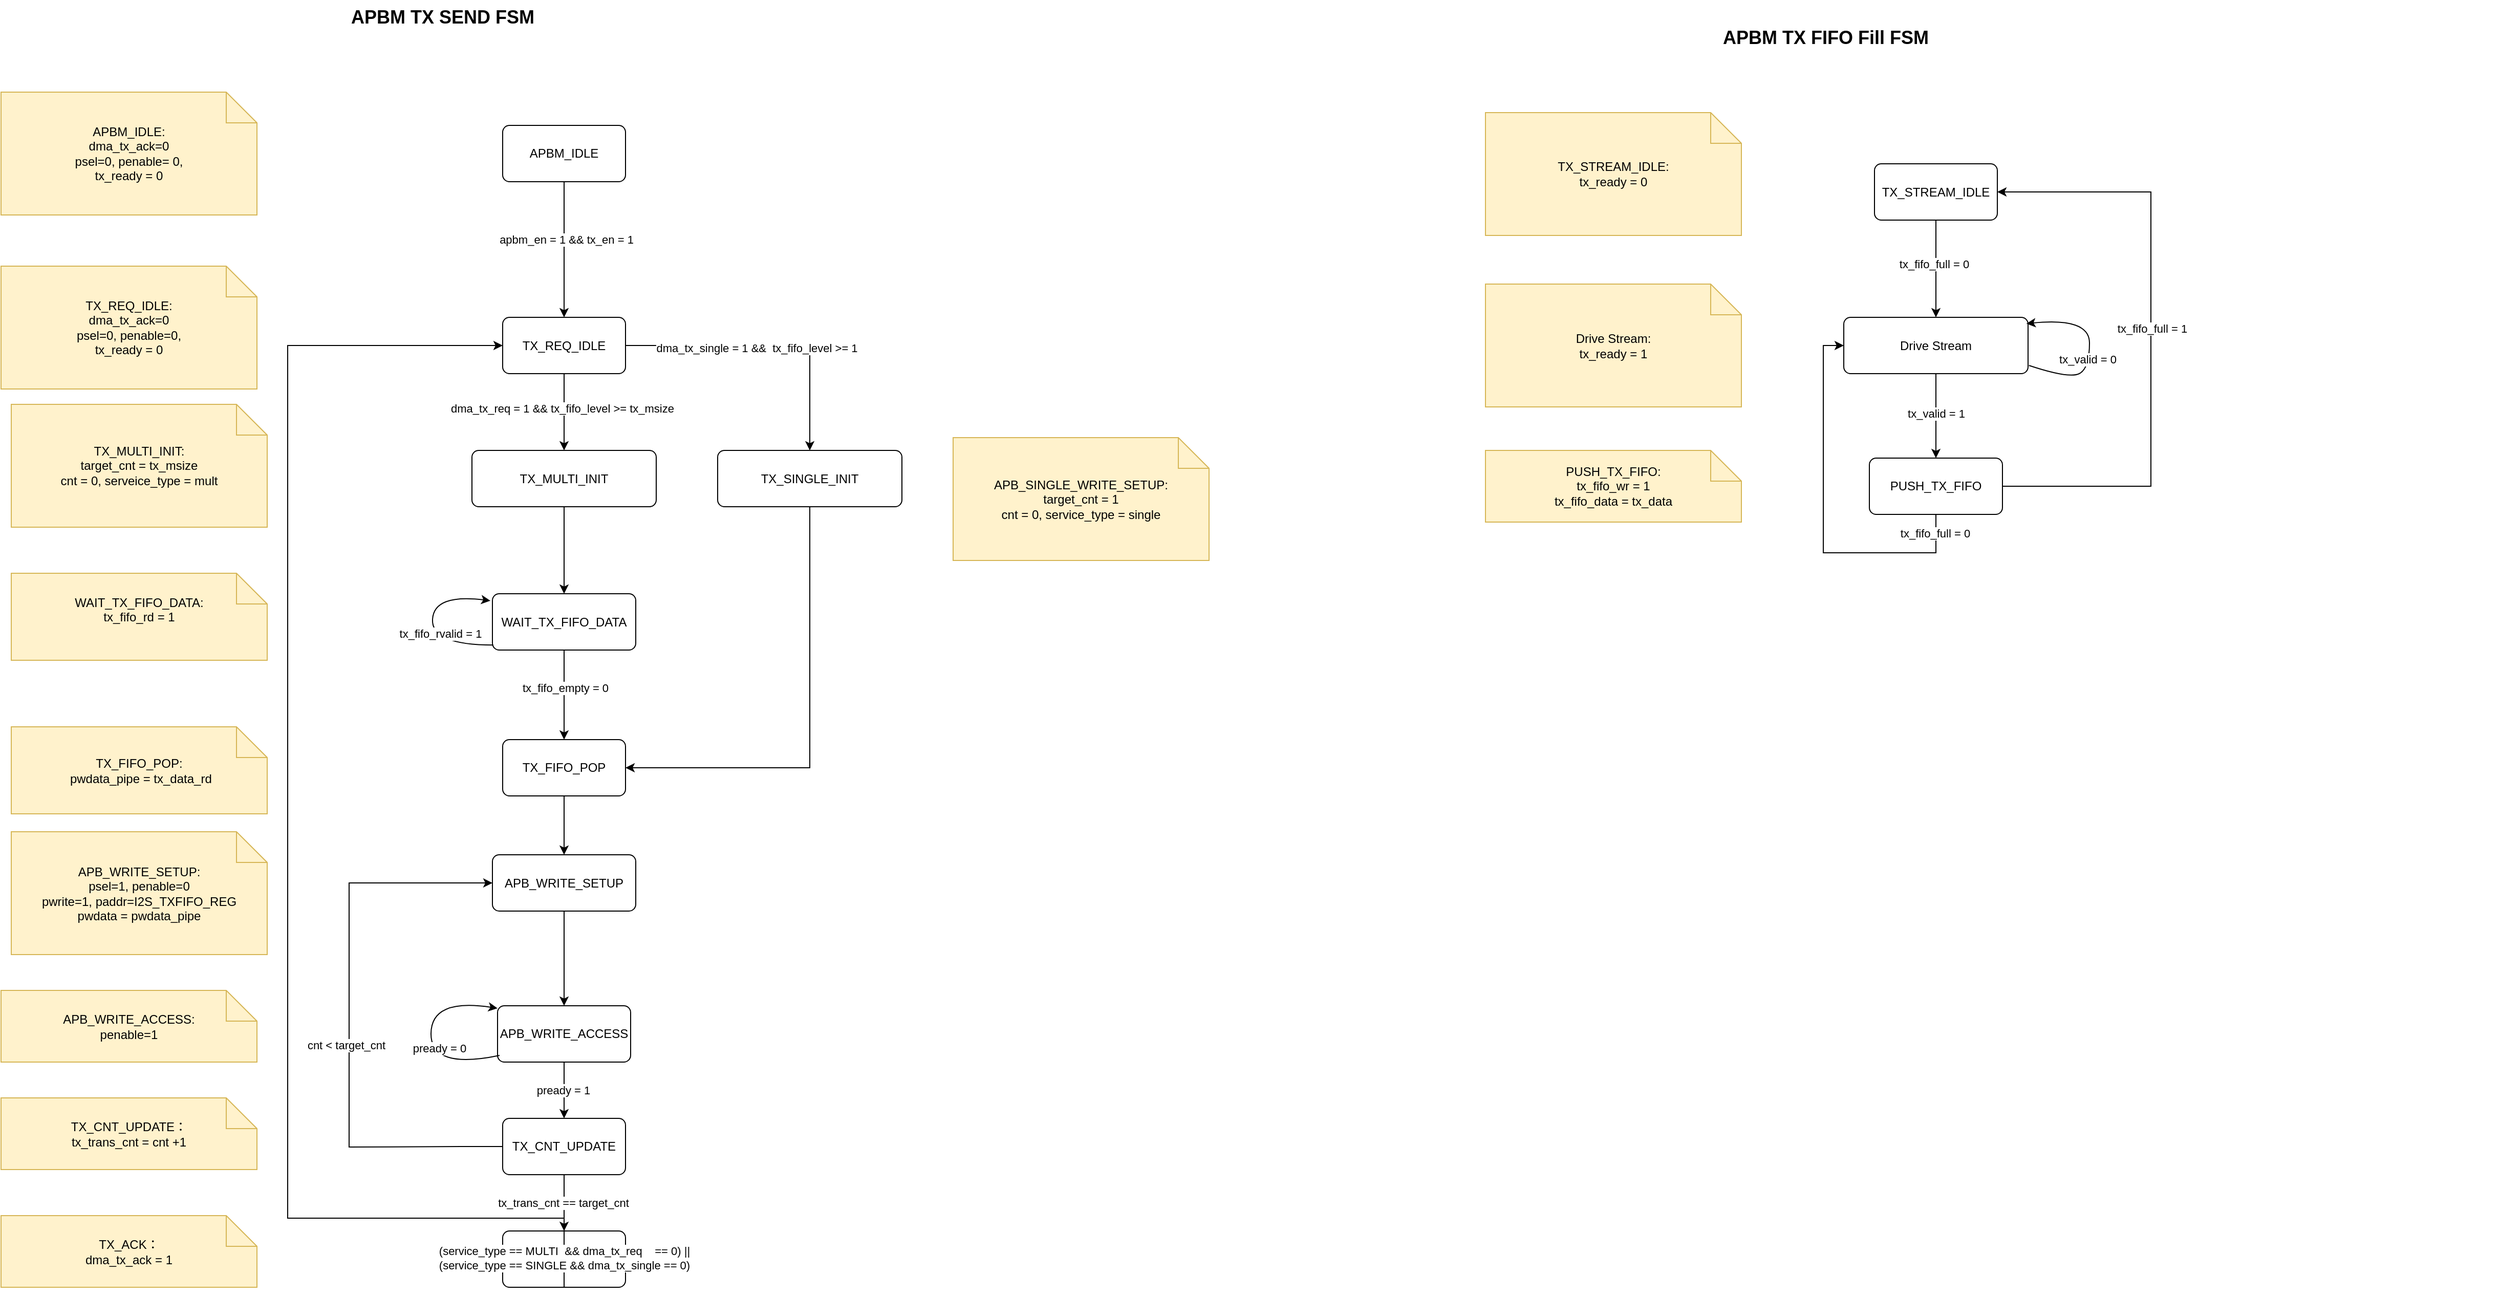
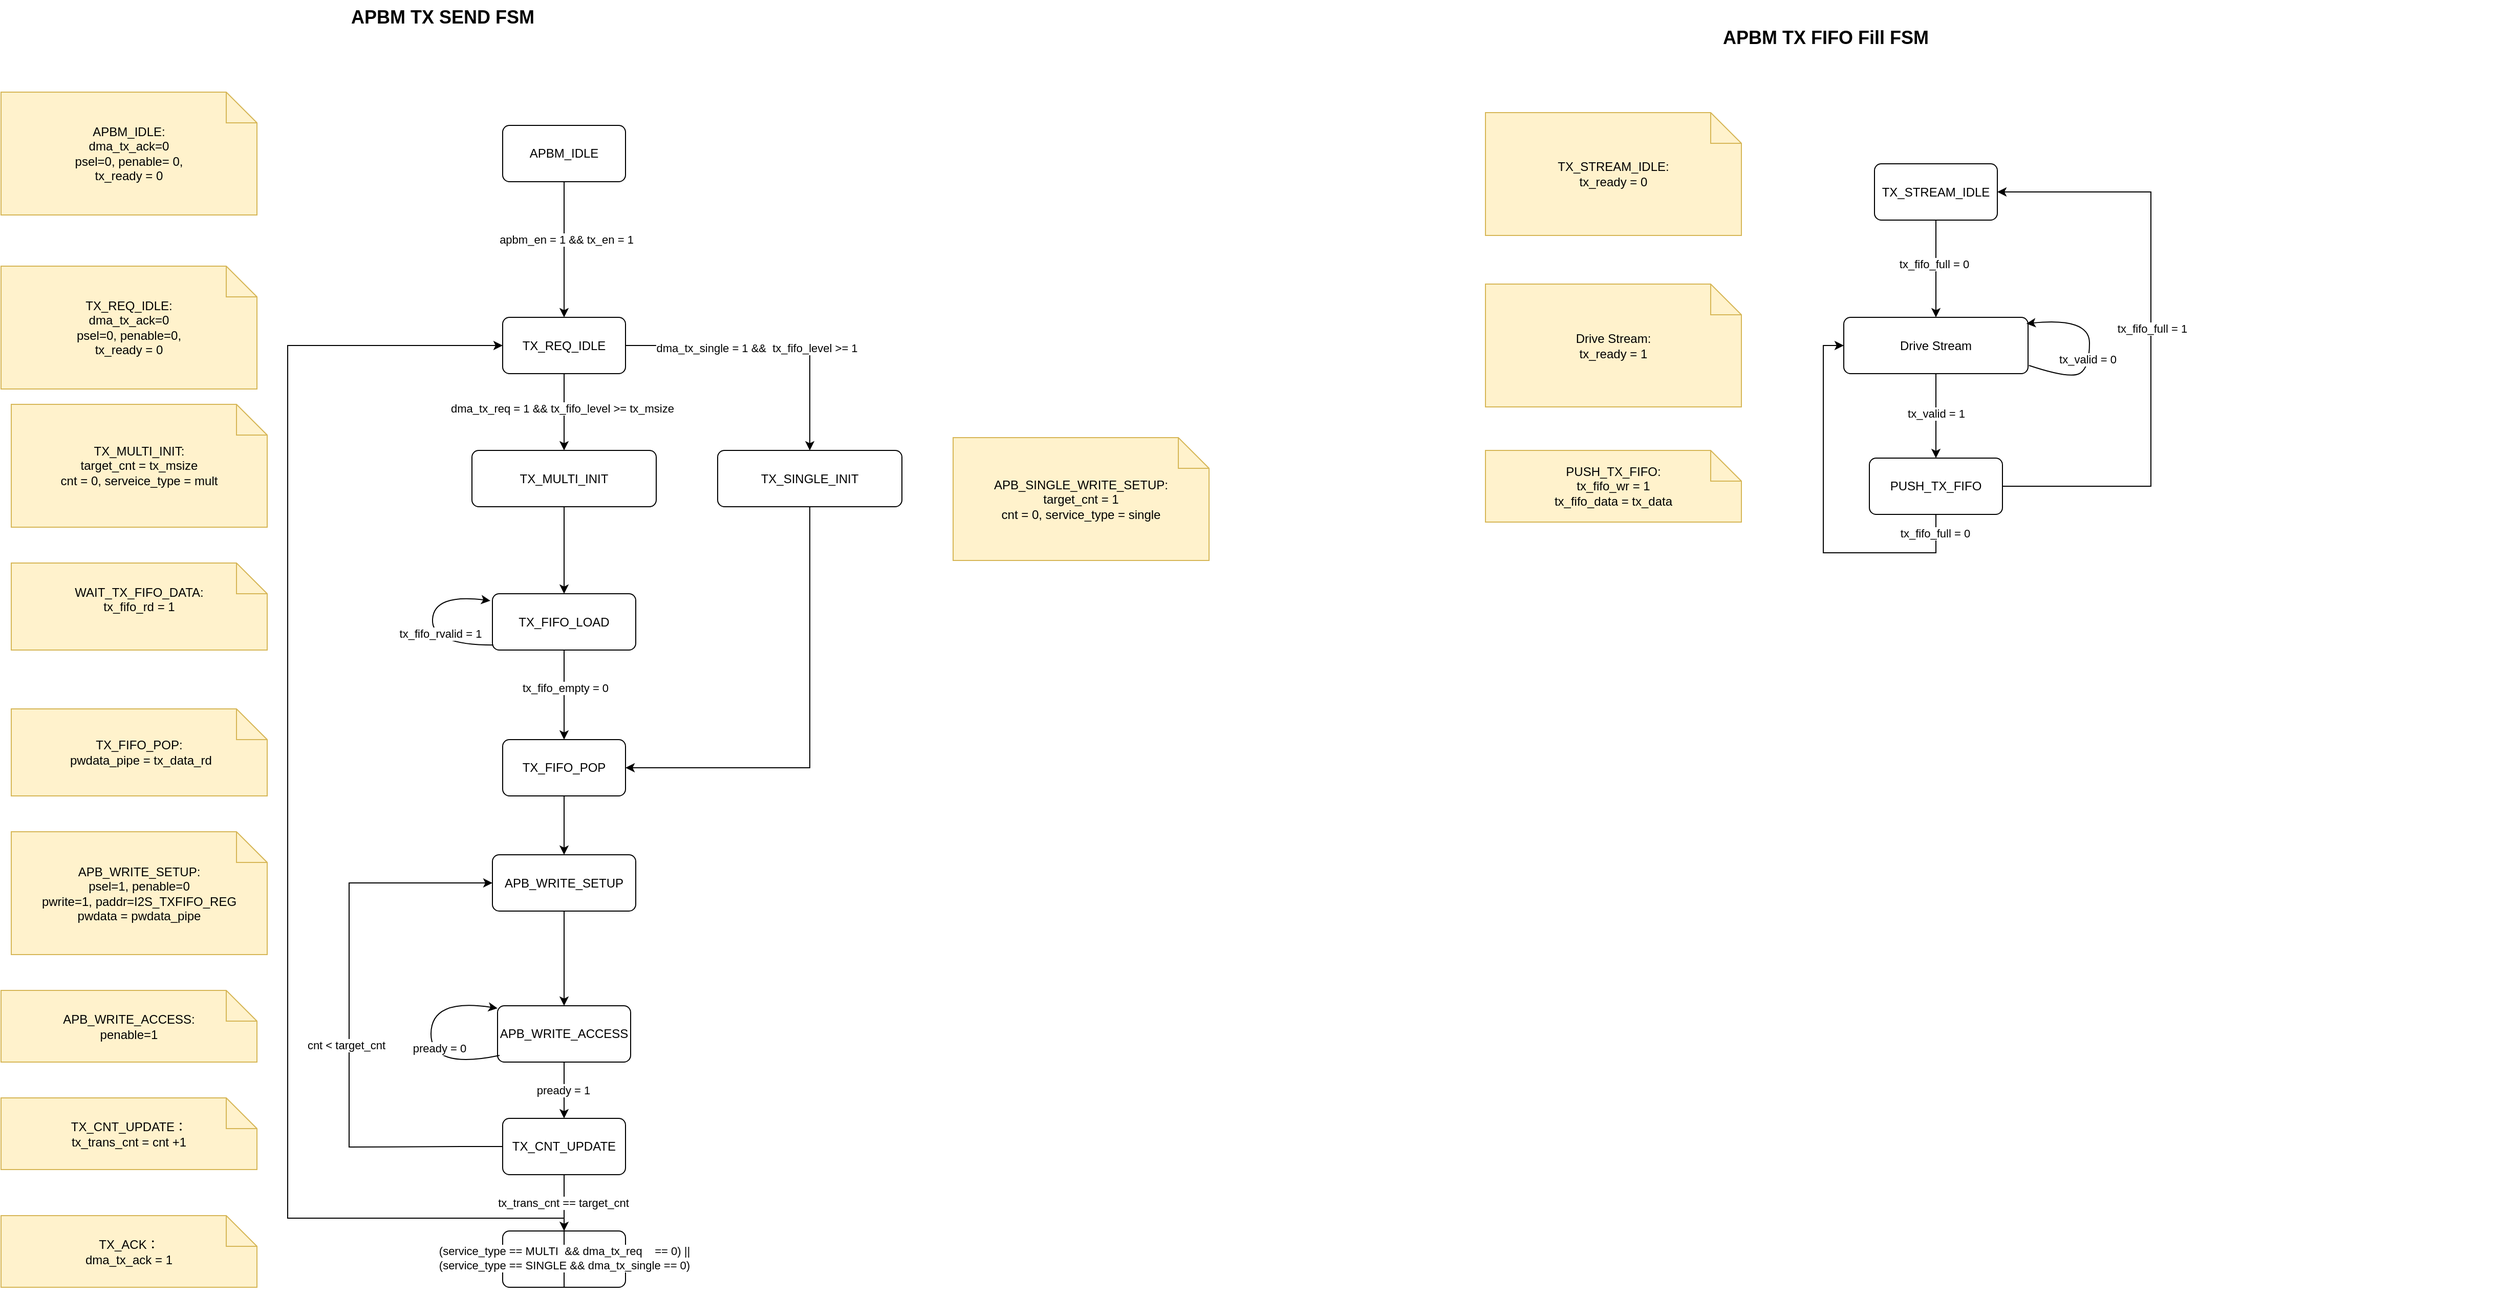
<mxfile host="app.diagrams.net">
  <diagram name="第 1 页" id="fH5n9Me7nUtPE_JYtTzi">
    <mxGraphModel dx="774" dy="437" grid="1" gridSize="10" guides="1" tooltips="1" connect="1" arrows="1" fold="1" page="1" pageScale="1" pageWidth="827" pageHeight="1169" math="0" shadow="0">
      <root>
        <mxCell id="0" />
        <mxCell id="1" parent="0" />
        <mxCell id="Ly1VW1kiYANL2SHkxWqd-1" parent="1" style="text;html=1;strokeColor=none;fillColor=none;fontSize=18;fontStyle=1;" value="APBM TX SEND FSM&amp;nbsp;&amp;nbsp;" vertex="1">
          <mxGeometry height="40" width="760" x="810" y="130" as="geometry" />
        </mxCell>
        <mxCell id="Ly1VW1kiYANL2SHkxWqd-2" parent="1" style="rounded=1;whiteSpace=wrap;html=1;arcSize=12;fillColor=#ffffff;strokeColor=#000000;" value="TX_REQ_IDLE" vertex="1">
          <mxGeometry height="55" width="120" x="960" y="440" as="geometry" />
        </mxCell>
        <mxCell id="Ly1VW1kiYANL2SHkxWqd-3" parent="1" style="rounded=1;whiteSpace=wrap;html=1;arcSize=12;fillColor=#ffffff;strokeColor=#000000;" value="APB_WRITE_SETUP" vertex="1">
          <mxGeometry height="55" width="140" x="950" y="965" as="geometry" />
        </mxCell>
        <mxCell id="Ly1VW1kiYANL2SHkxWqd-4" edge="1" parent="1" source="Ly1VW1kiYANL2SHkxWqd-2" style="endArrow=classic;html=1;rounded=0;exitX=0.5;exitY=1;exitDx=0;exitDy=0;entryX=0.5;entryY=0;entryDx=0;entryDy=0;" target="Ly1VW1kiYANL2SHkxWqd-40" value="">
          <mxGeometry height="50" relative="1" width="50" as="geometry">
            <mxPoint x="1040" y="560" as="sourcePoint" />
            <mxPoint x="1020" y="570" as="targetPoint" />
          </mxGeometry>
        </mxCell>
        <mxCell id="Ly1VW1kiYANL2SHkxWqd-5" connectable="0" parent="Ly1VW1kiYANL2SHkxWqd-4" style="edgeLabel;html=1;align=center;verticalAlign=middle;resizable=0;points=[];" value="dma_tx_req = 1 &amp;amp;&amp;amp; tx_fifo_level &amp;gt;= tx_msize" vertex="1">
          <mxGeometry relative="1" x="-0.0927" y="-2" as="geometry">
            <mxPoint as="offset" />
          </mxGeometry>
        </mxCell>
        <mxCell id="Ly1VW1kiYANL2SHkxWqd-6" parent="1" style="shape=note;whiteSpace=wrap;html=1;fillColor=#fff2cc;strokeColor=#d6b656;" value="APB_WRITE_SETUP:&lt;div&gt;psel=1, penable=0&lt;br&gt;pwrite=1, paddr=I2S_TXFIFO_REG&lt;/div&gt;&lt;div&gt;pwdata = pwdata_pipe&lt;/div&gt;" vertex="1">
          <mxGeometry height="120" width="250" x="480" y="942.5" as="geometry" />
        </mxCell>
        <mxCell id="Ly1VW1kiYANL2SHkxWqd-7" parent="1" style="rounded=1;whiteSpace=wrap;html=1;arcSize=12;fillColor=#ffffff;strokeColor=#000000;" value="APB_WRITE_ACCESS" vertex="1">
          <mxGeometry height="55" width="130" x="955" y="1112.5" as="geometry" />
        </mxCell>
        <mxCell id="Ly1VW1kiYANL2SHkxWqd-8" edge="1" parent="1" source="Ly1VW1kiYANL2SHkxWqd-3" style="endArrow=classic;html=1;rounded=0;exitX=0.5;exitY=1;exitDx=0;exitDy=0;entryX=0.5;entryY=0;entryDx=0;entryDy=0;" target="Ly1VW1kiYANL2SHkxWqd-7" value="">
          <mxGeometry height="50" relative="1" width="50" as="geometry">
            <mxPoint x="1030" y="1095" as="sourcePoint" />
            <mxPoint x="1080" y="1045" as="targetPoint" />
          </mxGeometry>
        </mxCell>
        <mxCell id="Ly1VW1kiYANL2SHkxWqd-9" parent="1" style="shape=note;whiteSpace=wrap;html=1;fillColor=#fff2cc;strokeColor=#d6b656;" value="APB_WRITE_ACCESS:&lt;br&gt;penable=1" vertex="1">
          <mxGeometry height="70" width="250" x="470" y="1097.5" as="geometry" />
        </mxCell>
        <mxCell id="Ly1VW1kiYANL2SHkxWqd-10" edge="1" parent="1" source="Ly1VW1kiYANL2SHkxWqd-7" style="curved=1;endArrow=classic;html=1;rounded=0;exitX=0.015;exitY=0.881;exitDx=0;exitDy=0;entryX=0;entryY=0;entryDx=0;entryDy=0;exitPerimeter=0;" value="">
          <mxGeometry height="50" relative="1" width="50" as="geometry">
            <Array as="points">
              <mxPoint x="890" y="1175" />
              <mxPoint x="890" y="1105" />
            </Array>
            <mxPoint x="955" y="1170" as="sourcePoint" />
            <mxPoint x="955" y="1115" as="targetPoint" />
          </mxGeometry>
        </mxCell>
        <mxCell id="Ly1VW1kiYANL2SHkxWqd-11" connectable="0" parent="Ly1VW1kiYANL2SHkxWqd-10" style="edgeLabel;html=1;align=center;verticalAlign=middle;resizable=0;points=[];" value="pready = 0" vertex="1">
          <mxGeometry relative="1" x="-0.1215" y="-8" as="geometry">
            <mxPoint as="offset" />
          </mxGeometry>
        </mxCell>
        <mxCell id="Ly1VW1kiYANL2SHkxWqd-13" edge="1" parent="1" source="Ly1VW1kiYANL2SHkxWqd-7" style="endArrow=classic;html=1;rounded=0;exitX=0.5;exitY=1;exitDx=0;exitDy=0;entryX=0.5;entryY=0;entryDx=0;entryDy=0;" target="Ly1VW1kiYANL2SHkxWqd-47" value="">
          <mxGeometry height="50" relative="1" width="50" as="geometry">
            <mxPoint x="1010" y="1245" as="sourcePoint" />
            <mxPoint x="1020" y="1212.5" as="targetPoint" />
          </mxGeometry>
        </mxCell>
        <mxCell id="Ly1VW1kiYANL2SHkxWqd-14" connectable="0" parent="Ly1VW1kiYANL2SHkxWqd-13" style="edgeLabel;html=1;align=center;verticalAlign=middle;resizable=0;points=[];" value="pready = 1" vertex="1">
          <mxGeometry relative="1" x="0.0089" y="-1" as="geometry">
            <mxPoint as="offset" />
          </mxGeometry>
        </mxCell>
        <mxCell id="Ly1VW1kiYANL2SHkxWqd-16" parent="1" style="rounded=1;whiteSpace=wrap;html=1;arcSize=12;fillColor=#ffffff;strokeColor=#000000;" value="TX_ACK" vertex="1">
          <mxGeometry height="55" width="120" x="960" y="1332.5" as="geometry" />
        </mxCell>
        <mxCell id="Ly1VW1kiYANL2SHkxWqd-17" edge="1" parent="1" source="Ly1VW1kiYANL2SHkxWqd-47" style="endArrow=classic;html=1;rounded=0;exitX=0.5;exitY=1;exitDx=0;exitDy=0;entryX=0.5;entryY=0;entryDx=0;entryDy=0;" target="Ly1VW1kiYANL2SHkxWqd-16" value="">
          <mxGeometry height="50" relative="1" width="50" as="geometry">
            <mxPoint x="1150.3600000000001" y="1167.5" as="sourcePoint" />
            <mxPoint x="1150" y="1202.5" as="targetPoint" />
          </mxGeometry>
        </mxCell>
        <mxCell id="Ly1VW1kiYANL2SHkxWqd-18" connectable="0" parent="Ly1VW1kiYANL2SHkxWqd-17" style="edgeLabel;html=1;align=center;verticalAlign=middle;resizable=0;points=[];" value="tx_trans_cnt == target_cnt" vertex="1">
          <mxGeometry relative="1" x="0.0089" y="-1" as="geometry">
            <mxPoint as="offset" />
          </mxGeometry>
        </mxCell>
        <mxCell id="Ly1VW1kiYANL2SHkxWqd-19" parent="1" style="shape=note;whiteSpace=wrap;html=1;fillColor=#fff2cc;strokeColor=#d6b656;" value="TX_ACK：&lt;div&gt;dma_tx_ack = 1&lt;/div&gt;" vertex="1">
          <mxGeometry height="70" width="250" x="470" y="1317.5" as="geometry" />
        </mxCell>
        <mxCell id="Ly1VW1kiYANL2SHkxWqd-20" parent="1" style="shape=note;whiteSpace=wrap;html=1;fillColor=#fff2cc;strokeColor=#d6b656;" value="TX_REQ_IDLE:&lt;div&gt;dma_tx_ack=0&lt;/div&gt;&lt;div&gt;psel=0, penable=0,&lt;br&gt;&lt;/div&gt;&lt;div&gt;tx_ready = 0&lt;br&gt;&lt;/div&gt;" vertex="1">
          <mxGeometry height="120" width="250" x="470" y="390" as="geometry" />
        </mxCell>
        <mxCell id="Ly1VW1kiYANL2SHkxWqd-21" edge="1" parent="1" source="Ly1VW1kiYANL2SHkxWqd-16" style="endArrow=classic;html=1;rounded=0;exitX=0.5;exitY=1;exitDx=0;exitDy=0;edgeStyle=orthogonalEdgeStyle;entryX=0;entryY=0.5;entryDx=0;entryDy=0;" target="Ly1VW1kiYANL2SHkxWqd-2" value="">
          <mxGeometry height="50" relative="1" width="50" as="geometry">
            <Array as="points">
              <mxPoint x="1020" y="1320" />
              <mxPoint x="750" y="1320" />
              <mxPoint x="750" y="468" />
            </Array>
            <mxPoint x="909.95" y="1052.5" as="sourcePoint" />
            <mxPoint x="850" y="465" as="targetPoint" />
          </mxGeometry>
        </mxCell>
        <mxCell id="Ly1VW1kiYANL2SHkxWqd-22" connectable="0" parent="Ly1VW1kiYANL2SHkxWqd-21" style="edgeLabel;html=1;align=center;verticalAlign=middle;resizable=0;points=[];" value="&lt;div&gt;(service_type == MULTI&amp;nbsp; &amp;amp;&amp;amp; dma_tx_req&amp;nbsp; &amp;nbsp; == 0) ||&lt;/div&gt;&lt;div&gt;(service_type == SINGLE &amp;amp;&amp;amp; dma_tx_single == 0)&lt;/div&gt;" vertex="1">
          <mxGeometry relative="1" x="-0.9589" as="geometry">
            <mxPoint as="offset" />
          </mxGeometry>
        </mxCell>
        <mxCell id="Ly1VW1kiYANL2SHkxWqd-23" edge="1" parent="1" source="Ly1VW1kiYANL2SHkxWqd-2" style="endArrow=classic;html=1;rounded=0;exitX=1;exitY=0.5;exitDx=0;exitDy=0;edgeStyle=orthogonalEdgeStyle;entryX=0.5;entryY=0;entryDx=0;entryDy=0;" target="Ly1VW1kiYANL2SHkxWqd-25" value="">
          <mxGeometry height="50" relative="1" width="50" as="geometry">
            <mxPoint x="1250" y="540" as="sourcePoint" />
            <mxPoint x="1260" y="560" as="targetPoint" />
          </mxGeometry>
        </mxCell>
        <mxCell id="Ly1VW1kiYANL2SHkxWqd-24" connectable="0" parent="Ly1VW1kiYANL2SHkxWqd-23" style="edgeLabel;html=1;align=center;verticalAlign=middle;resizable=0;points=[];" value="dma_tx_single = 1 &amp;amp;&amp;amp;&amp;nbsp; tx_fifo_level &amp;gt;= 1" vertex="1">
          <mxGeometry relative="1" x="-0.0927" y="-2" as="geometry">
            <mxPoint as="offset" />
          </mxGeometry>
        </mxCell>
        <mxCell id="Ly1VW1kiYANL2SHkxWqd-25" parent="1" style="rounded=1;whiteSpace=wrap;html=1;arcSize=12;fillColor=#ffffff;strokeColor=#000000;" value="TX_SINGLE_INIT" vertex="1">
          <mxGeometry height="55" width="180" x="1170" y="570" as="geometry" />
        </mxCell>
        <mxCell id="Ly1VW1kiYANL2SHkxWqd-26" parent="1" style="shape=note;whiteSpace=wrap;html=1;fillColor=#fff2cc;strokeColor=#d6b656;" value="APB_SINGLE_WRITE_SETUP:&lt;div&gt;target_cnt = 1&lt;br&gt;cnt = 0, service_type = single&lt;/div&gt;" vertex="1">
          <mxGeometry height="120" width="250" x="1400" y="557.5" as="geometry" />
        </mxCell>
        <mxCell id="Ly1VW1kiYANL2SHkxWqd-27" edge="1" parent="1" source="Ly1VW1kiYANL2SHkxWqd-25" style="endArrow=classic;html=1;rounded=0;exitX=0.5;exitY=1;exitDx=0;exitDy=0;edgeStyle=orthogonalEdgeStyle;entryX=1;entryY=0.5;entryDx=0;entryDy=0;" target="Ly1VW1kiYANL2SHkxWqd-28" value="">
          <mxGeometry height="50" relative="1" width="50" as="geometry">
            <mxPoint x="1230" y="950" as="sourcePoint" />
            <mxPoint x="1090" y="705" as="targetPoint" />
          </mxGeometry>
        </mxCell>
        <mxCell id="Ly1VW1kiYANL2SHkxWqd-28" parent="1" style="rounded=1;whiteSpace=wrap;html=1;arcSize=12;fillColor=#ffffff;strokeColor=#000000;" value="TX_FIFO_POP" vertex="1">
          <mxGeometry height="55" width="120" x="960" y="852.5" as="geometry" />
        </mxCell>
        <mxCell id="Ly1VW1kiYANL2SHkxWqd-29" edge="1" parent="1" source="Ly1VW1kiYANL2SHkxWqd-40" style="endArrow=classic;html=1;rounded=0;exitX=0.5;exitY=1;exitDx=0;exitDy=0;entryX=0.5;entryY=0;entryDx=0;entryDy=0;" target="Ly1VW1kiYANL2SHkxWqd-66" value="">
          <mxGeometry height="50" relative="1" width="50" as="geometry">
            <Array as="points">
              <mxPoint x="1020" y="650" />
            </Array>
            <mxPoint x="1010" y="630" as="sourcePoint" />
            <mxPoint x="1020" y="680" as="targetPoint" />
          </mxGeometry>
        </mxCell>
        <mxCell id="Ly1VW1kiYANL2SHkxWqd-33" parent="1" style="shape=note;whiteSpace=wrap;html=1;fillColor=#fff2cc;strokeColor=#d6b656;" value="TX_FIFO_POP:&lt;div&gt;&lt;div&gt;&amp;nbsp;pwdata_pipe = tx_data_rd&lt;/div&gt;&lt;/div&gt;" vertex="1">
-           <mxGeometry height="85" width="250" x="480" y="840" as="geometry" />
+           <mxGeometry height="85" width="250" x="480" y="822.5" as="geometry" />
        </mxCell>
        <mxCell id="Ly1VW1kiYANL2SHkxWqd-34" parent="1" style="rounded=1;whiteSpace=wrap;html=1;arcSize=12;fillColor=#ffffff;strokeColor=#000000;" value="APBM_IDLE" vertex="1">
          <mxGeometry height="55" width="120" x="960" y="252.5" as="geometry" />
        </mxCell>
        <mxCell id="Ly1VW1kiYANL2SHkxWqd-35" edge="1" parent="1" source="Ly1VW1kiYANL2SHkxWqd-34" style="endArrow=classic;html=1;rounded=0;exitX=0.5;exitY=1;exitDx=0;exitDy=0;" target="Ly1VW1kiYANL2SHkxWqd-2" value="">
          <mxGeometry height="50" relative="1" width="50" as="geometry">
            <mxPoint x="1060" y="360" as="sourcePoint" />
            <mxPoint x="1110" y="310" as="targetPoint" />
          </mxGeometry>
        </mxCell>
        <mxCell id="Ly1VW1kiYANL2SHkxWqd-36" connectable="0" parent="Ly1VW1kiYANL2SHkxWqd-35" style="edgeLabel;html=1;align=center;verticalAlign=middle;resizable=0;points=[];" value="apbm_en = 1 &amp;amp;&amp;amp; tx_en = 1" vertex="1">
          <mxGeometry relative="1" x="-0.1446" y="2" as="geometry">
            <mxPoint as="offset" />
          </mxGeometry>
        </mxCell>
        <mxCell id="Ly1VW1kiYANL2SHkxWqd-37" parent="1" style="shape=note;whiteSpace=wrap;html=1;fillColor=#fff2cc;strokeColor=#d6b656;" value="APBM_IDLE:&lt;div&gt;dma_tx_ack=0&lt;/div&gt;&lt;div&gt;psel=0, penable= 0,&lt;br&gt;&lt;/div&gt;&lt;div&gt;tx_ready = 0&lt;/div&gt;" vertex="1">
          <mxGeometry height="120" width="250" x="470" y="220" as="geometry" />
        </mxCell>
        <mxCell id="Ly1VW1kiYANL2SHkxWqd-38" edge="1" parent="1" source="Ly1VW1kiYANL2SHkxWqd-47" style="endArrow=classic;html=1;rounded=0;edgeStyle=orthogonalEdgeStyle;entryX=0;entryY=0.5;entryDx=0;entryDy=0;exitX=0;exitY=0.5;exitDx=0;exitDy=0;" target="Ly1VW1kiYANL2SHkxWqd-3" value="">
          <mxGeometry height="50" relative="1" width="50" as="geometry">
            <Array as="points">
              <mxPoint x="920" y="1249.5" />
              <mxPoint x="810" y="1250.5" />
              <mxPoint x="810" y="992.5" />
            </Array>
            <mxPoint x="920" y="1212.5" as="sourcePoint" />
            <mxPoint x="800" y="872.5" as="targetPoint" />
          </mxGeometry>
        </mxCell>
        <mxCell id="Ly1VW1kiYANL2SHkxWqd-39" connectable="0" parent="Ly1VW1kiYANL2SHkxWqd-38" style="edgeLabel;html=1;align=center;verticalAlign=middle;resizable=0;points=[];" value="cnt &amp;lt; target_cnt" vertex="1">
          <mxGeometry relative="1" x="-0.0902" y="3" as="geometry">
            <mxPoint as="offset" />
          </mxGeometry>
        </mxCell>
        <mxCell id="Ly1VW1kiYANL2SHkxWqd-40" parent="1" style="rounded=1;whiteSpace=wrap;html=1;arcSize=12;fillColor=#ffffff;strokeColor=#000000;" value="TX_MULTI_INIT" vertex="1">
          <mxGeometry height="55" width="180" x="930" y="570" as="geometry" />
        </mxCell>
        <mxCell id="Ly1VW1kiYANL2SHkxWqd-42" parent="1" style="shape=note;whiteSpace=wrap;html=1;fillColor=#fff2cc;strokeColor=#d6b656;" value="TX_MULTI_INIT:&lt;div&gt;target_cnt = tx_msize&lt;br&gt;cnt = 0, serveice_type = mult&lt;/div&gt;" vertex="1">
          <mxGeometry height="120" width="250" x="480" y="525" as="geometry" />
        </mxCell>
        <mxCell id="Ly1VW1kiYANL2SHkxWqd-45" edge="1" parent="1" source="Ly1VW1kiYANL2SHkxWqd-28" style="endArrow=classic;html=1;rounded=0;exitX=0.5;exitY=1;exitDx=0;exitDy=0;" target="Ly1VW1kiYANL2SHkxWqd-3" value="">
          <mxGeometry height="50" relative="1" width="50" as="geometry">
            <mxPoint x="1019.5699999999999" y="907.5" as="sourcePoint" />
            <mxPoint x="1019.5699999999999" y="964.5" as="targetPoint" />
          </mxGeometry>
        </mxCell>
        <mxCell id="Ly1VW1kiYANL2SHkxWqd-47" parent="1" style="rounded=1;whiteSpace=wrap;html=1;arcSize=12;fillColor=#ffffff;strokeColor=#000000;" value="TX_CNT_UPDATE" vertex="1">
          <mxGeometry height="55" width="120" x="960" y="1222.5" as="geometry" />
        </mxCell>
        <mxCell id="Ly1VW1kiYANL2SHkxWqd-48" parent="1" style="shape=note;whiteSpace=wrap;html=1;fillColor=#fff2cc;strokeColor=#d6b656;" value="TX_CNT_UPDATE：&lt;div&gt;tx_trans_cnt = cnt +1&lt;/div&gt;" vertex="1">
          <mxGeometry height="70" width="250" x="470" y="1202.5" as="geometry" />
        </mxCell>
        <mxCell id="Ly1VW1kiYANL2SHkxWqd-49" parent="1" style="text;html=1;strokeColor=none;fillColor=none;fontSize=18;fontStyle=1;" value="APBM TX FIFO Fill FSM&amp;nbsp;&amp;nbsp;" vertex="1">
          <mxGeometry height="40" width="760" x="2150" y="150" as="geometry" />
        </mxCell>
        <mxCell id="Ly1VW1kiYANL2SHkxWqd-50" parent="1" style="rounded=1;whiteSpace=wrap;html=1;arcSize=12;fillColor=#ffffff;strokeColor=#000000;" value="TX_STREAM_IDLE" vertex="1">
          <mxGeometry height="55" width="120" x="2300" y="290" as="geometry" />
        </mxCell>
        <mxCell id="Ly1VW1kiYANL2SHkxWqd-51" parent="1" style="rounded=1;whiteSpace=wrap;html=1;arcSize=12;fillColor=#ffffff;strokeColor=#000000;" value="Drive Stream" vertex="1">
          <mxGeometry height="55" width="180" x="2270" y="440" as="geometry" />
        </mxCell>
        <mxCell id="Ly1VW1kiYANL2SHkxWqd-52" edge="1" parent="1" source="Ly1VW1kiYANL2SHkxWqd-50" style="endArrow=classic;html=1;rounded=0;exitX=0.5;exitY=1;exitDx=0;exitDy=0;entryX=0.5;entryY=0;entryDx=0;entryDy=0;" target="Ly1VW1kiYANL2SHkxWqd-51" value="">
          <mxGeometry height="50" relative="1" width="50" as="geometry">
            <mxPoint x="2380" y="410" as="sourcePoint" />
            <mxPoint x="2430" y="360" as="targetPoint" />
          </mxGeometry>
        </mxCell>
        <mxCell id="Ly1VW1kiYANL2SHkxWqd-53" connectable="0" parent="Ly1VW1kiYANL2SHkxWqd-52" style="edgeLabel;html=1;align=center;verticalAlign=middle;resizable=0;points=[];" value="tx_fifo_full = 0" vertex="1">
          <mxGeometry relative="1" x="-0.0927" y="-2" as="geometry">
            <mxPoint as="offset" />
          </mxGeometry>
        </mxCell>
        <mxCell id="Ly1VW1kiYANL2SHkxWqd-54" parent="1" style="shape=note;whiteSpace=wrap;html=1;fillColor=#fff2cc;strokeColor=#d6b656;" value="Drive Stream:&lt;div&gt;tx_ready = 1&lt;/div&gt;" vertex="1">
          <mxGeometry height="120" width="250" x="1920" y="407.5" as="geometry" />
        </mxCell>
        <mxCell id="Ly1VW1kiYANL2SHkxWqd-55" parent="1" style="rounded=1;whiteSpace=wrap;html=1;arcSize=12;fillColor=#ffffff;strokeColor=#000000;" value="PUSH_TX_FIFO" vertex="1">
          <mxGeometry height="55" width="130" x="2295" y="577.5" as="geometry" />
        </mxCell>
        <mxCell id="Ly1VW1kiYANL2SHkxWqd-56" edge="1" parent="1" source="Ly1VW1kiYANL2SHkxWqd-51" style="endArrow=classic;html=1;rounded=0;exitX=0.5;exitY=1;exitDx=0;exitDy=0;entryX=0.5;entryY=0;entryDx=0;entryDy=0;" target="Ly1VW1kiYANL2SHkxWqd-55" value="">
          <mxGeometry height="50" relative="1" width="50" as="geometry">
            <mxPoint x="2370" y="560" as="sourcePoint" />
            <mxPoint x="2420" y="510" as="targetPoint" />
          </mxGeometry>
        </mxCell>
        <mxCell id="Ly1VW1kiYANL2SHkxWqd-57" connectable="0" parent="Ly1VW1kiYANL2SHkxWqd-56" style="edgeLabel;html=1;align=center;verticalAlign=middle;resizable=0;points=[];" value="tx_valid = 1" vertex="1">
          <mxGeometry relative="1" x="-0.0537" as="geometry">
            <mxPoint as="offset" />
          </mxGeometry>
        </mxCell>
        <mxCell id="Ly1VW1kiYANL2SHkxWqd-58" parent="1" style="shape=note;whiteSpace=wrap;html=1;fillColor=#fff2cc;strokeColor=#d6b656;" value="PUSH_TX_FIFO:&lt;div&gt;tx_fifo_wr = 1&lt;/div&gt;&lt;div&gt;tx_fifo_data = tx_data&lt;/div&gt;" vertex="1">
          <mxGeometry height="70" width="250" x="1920" y="570" as="geometry" />
        </mxCell>
        <mxCell id="Ly1VW1kiYANL2SHkxWqd-59" parent="1" style="shape=note;whiteSpace=wrap;html=1;fillColor=#fff2cc;strokeColor=#d6b656;" value="TX_STREAM_IDLE:&lt;div&gt;tx_ready = 0&lt;/div&gt;" vertex="1">
          <mxGeometry height="120" width="250" x="1920" y="240" as="geometry" />
        </mxCell>
        <mxCell id="Ly1VW1kiYANL2SHkxWqd-60" edge="1" parent="1" source="Ly1VW1kiYANL2SHkxWqd-55" style="endArrow=classic;html=1;rounded=0;exitX=0.5;exitY=1;exitDx=0;exitDy=0;entryX=0;entryY=0.5;entryDx=0;entryDy=0;edgeStyle=orthogonalEdgeStyle;" target="Ly1VW1kiYANL2SHkxWqd-51" value="">
          <mxGeometry height="50" relative="1" width="50" as="geometry">
            <Array as="points">
              <mxPoint x="2360" y="670" />
              <mxPoint x="2250" y="670" />
              <mxPoint x="2250" y="468" />
            </Array>
            <mxPoint x="2550" y="570" as="sourcePoint" />
            <mxPoint x="2600" y="520" as="targetPoint" />
          </mxGeometry>
        </mxCell>
        <mxCell id="Ly1VW1kiYANL2SHkxWqd-61" connectable="0" parent="Ly1VW1kiYANL2SHkxWqd-60" style="edgeLabel;html=1;align=center;verticalAlign=middle;resizable=0;points=[];" value="tx_fifo_full = 0" vertex="1">
          <mxGeometry relative="1" x="-0.9016" y="-1" as="geometry">
            <mxPoint as="offset" />
          </mxGeometry>
        </mxCell>
        <mxCell id="Ly1VW1kiYANL2SHkxWqd-62" edge="1" parent="1" source="Ly1VW1kiYANL2SHkxWqd-55" style="endArrow=classic;html=1;rounded=0;exitX=1;exitY=0.5;exitDx=0;exitDy=0;entryX=1;entryY=0.5;entryDx=0;entryDy=0;edgeStyle=orthogonalEdgeStyle;" target="Ly1VW1kiYANL2SHkxWqd-50" value="">
          <mxGeometry height="50" relative="1" width="50" as="geometry">
            <Array as="points">
              <mxPoint x="2570" y="605" />
              <mxPoint x="2570" y="318" />
            </Array>
            <mxPoint x="2510" y="600" as="sourcePoint" />
            <mxPoint x="2560" y="550" as="targetPoint" />
          </mxGeometry>
        </mxCell>
        <mxCell id="Ly1VW1kiYANL2SHkxWqd-63" connectable="0" parent="Ly1VW1kiYANL2SHkxWqd-62" style="edgeLabel;html=1;align=center;verticalAlign=middle;resizable=0;points=[];" value="tx_fifo_full = 1" vertex="1">
          <mxGeometry relative="1" x="0.0267" y="-1" as="geometry">
            <mxPoint as="offset" />
          </mxGeometry>
        </mxCell>
        <mxCell id="Ly1VW1kiYANL2SHkxWqd-64" edge="1" parent="1" source="Ly1VW1kiYANL2SHkxWqd-51" style="curved=1;endArrow=classic;html=1;rounded=0;entryX=0.991;entryY=0.112;entryDx=0;entryDy=0;exitX=1.005;exitY=0.854;exitDx=0;exitDy=0;exitPerimeter=0;entryPerimeter=0;" target="Ly1VW1kiYANL2SHkxWqd-51" value="">
          <mxGeometry height="50" relative="1" width="50" as="geometry">
            <Array as="points">
              <mxPoint x="2490" y="500" />
              <mxPoint x="2510" y="490" />
              <mxPoint x="2510" y="440" />
            </Array>
            <mxPoint x="2460" y="560" as="sourcePoint" />
            <mxPoint x="2510" y="510" as="targetPoint" />
          </mxGeometry>
        </mxCell>
        <mxCell id="Ly1VW1kiYANL2SHkxWqd-65" connectable="0" parent="Ly1VW1kiYANL2SHkxWqd-64" style="edgeLabel;html=1;align=center;verticalAlign=middle;resizable=0;points=[];" value="tx_valid = 0" vertex="1">
          <mxGeometry relative="1" x="-0.1698" y="2" as="geometry">
            <mxPoint as="offset" />
          </mxGeometry>
        </mxCell>
-         <mxCell id="Ly1VW1kiYANL2SHkxWqd-66" parent="1" style="rounded=1;whiteSpace=wrap;html=1;arcSize=12;fillColor=#ffffff;strokeColor=#000000;" value="WAIT_TX_FIFO_DATA" vertex="1">
+         <mxCell id="Ly1VW1kiYANL2SHkxWqd-66" parent="1" style="rounded=1;whiteSpace=wrap;html=1;arcSize=12;fillColor=#ffffff;strokeColor=#000000;" value="TX_FIFO_LOAD" vertex="1">
          <mxGeometry height="55" width="140" x="950" y="710" as="geometry" />
        </mxCell>
        <mxCell id="Ly1VW1kiYANL2SHkxWqd-68" edge="1" parent="1" source="Ly1VW1kiYANL2SHkxWqd-66" style="endArrow=classic;html=1;rounded=0;exitX=0.5;exitY=1;exitDx=0;exitDy=0;" target="Ly1VW1kiYANL2SHkxWqd-28" value="">
          <mxGeometry height="50" relative="1" width="50" as="geometry">
            <mxPoint x="1070" y="820" as="sourcePoint" />
            <mxPoint x="1120" y="770" as="targetPoint" />
          </mxGeometry>
        </mxCell>
        <mxCell id="Ly1VW1kiYANL2SHkxWqd-72" connectable="0" parent="Ly1VW1kiYANL2SHkxWqd-68" style="edgeLabel;html=1;align=center;verticalAlign=middle;resizable=0;points=[];" value="tx_fifo_empty = 0" vertex="1">
          <mxGeometry relative="1" x="-0.1581" y="1" as="geometry">
            <mxPoint as="offset" />
          </mxGeometry>
        </mxCell>
        <mxCell id="Ly1VW1kiYANL2SHkxWqd-69" parent="1" style="shape=note;whiteSpace=wrap;html=1;fillColor=#fff2cc;strokeColor=#d6b656;" value="WAIT_TX_FIFO_DATA:&lt;div&gt;tx_fifo_rd = 1&lt;br&gt;&lt;div&gt;&lt;br&gt;&lt;/div&gt;&lt;/div&gt;" vertex="1">
-           <mxGeometry height="85" width="250" x="480" y="690" as="geometry" />
+           <mxGeometry height="85" width="250" x="480" y="680" as="geometry" />
        </mxCell>
        <mxCell id="Ly1VW1kiYANL2SHkxWqd-70" edge="1" parent="1" source="Ly1VW1kiYANL2SHkxWqd-66" style="curved=1;endArrow=classic;html=1;rounded=0;exitX=0.006;exitY=0.911;exitDx=0;exitDy=0;entryX=-0.014;entryY=0.124;entryDx=0;entryDy=0;exitPerimeter=0;entryPerimeter=0;" target="Ly1VW1kiYANL2SHkxWqd-66" value="">
          <mxGeometry height="50" relative="1" width="50" as="geometry">
            <Array as="points">
              <mxPoint x="890" y="760" />
              <mxPoint x="893" y="710" />
            </Array>
            <mxPoint x="960" y="766" as="sourcePoint" />
            <mxPoint x="958" y="720" as="targetPoint" />
          </mxGeometry>
        </mxCell>
        <mxCell id="Ly1VW1kiYANL2SHkxWqd-71" connectable="0" parent="Ly1VW1kiYANL2SHkxWqd-70" style="edgeLabel;html=1;align=center;verticalAlign=middle;resizable=0;points=[];" value="tx_fifo_rvalid = 1" vertex="1">
          <mxGeometry relative="1" x="-0.1215" y="-8" as="geometry">
            <mxPoint as="offset" />
          </mxGeometry>
        </mxCell>
      </root>
    </mxGraphModel>
  </diagram>
</mxfile>
